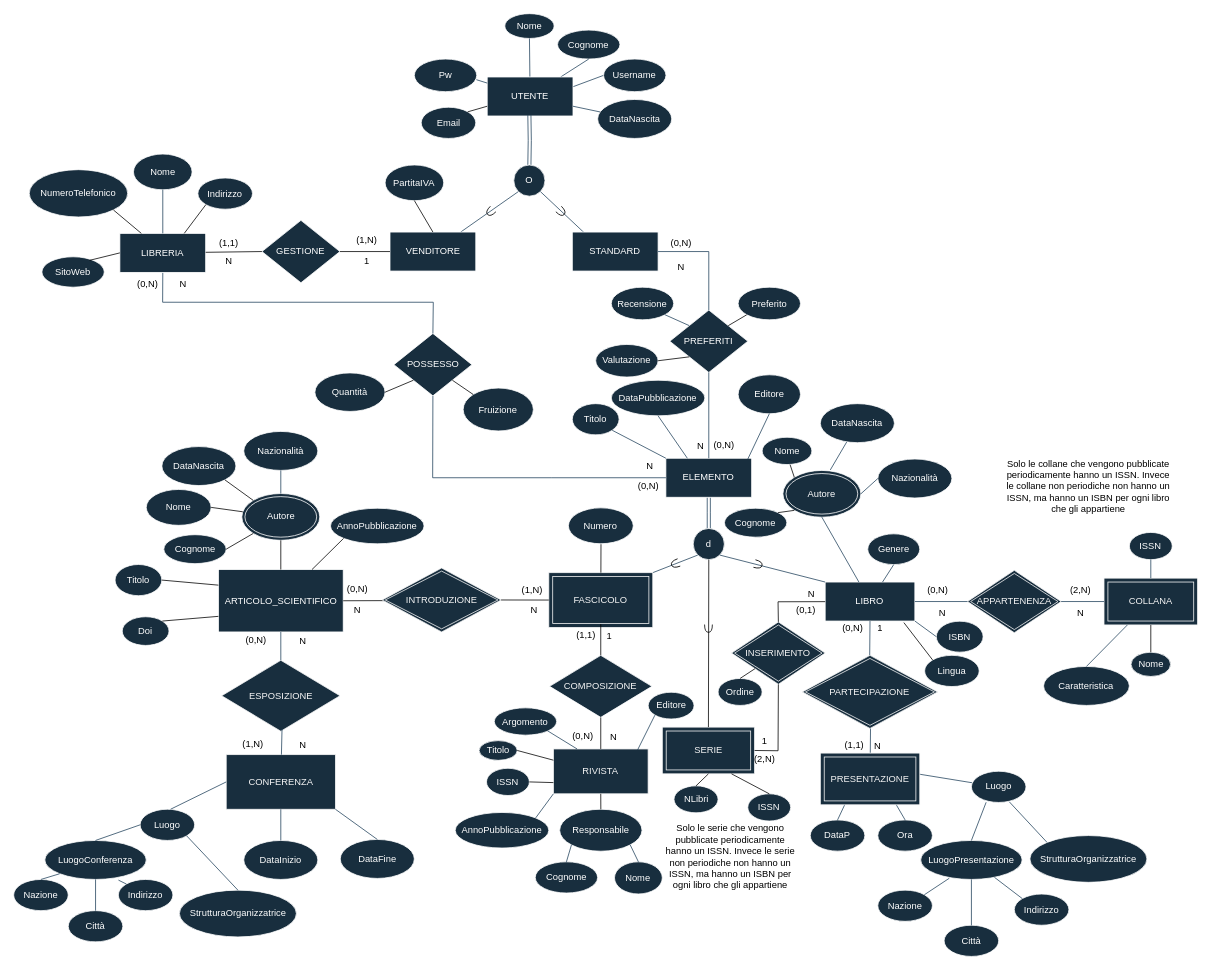
This is DiagrammaER v1.3.1.drawio from Giovk/Sistema-di-una-Bibleoteca-Digitale, a draw.io file, before an edit. Source tidied: cells renumbered, new cells numbered last; positions are measured from the earlier drawing's top-left corner, leaving out a move shared by most shapes. Both pictures are drawn from the tidied source at 78%, with x=0, y=0 at pixel (13, 13).
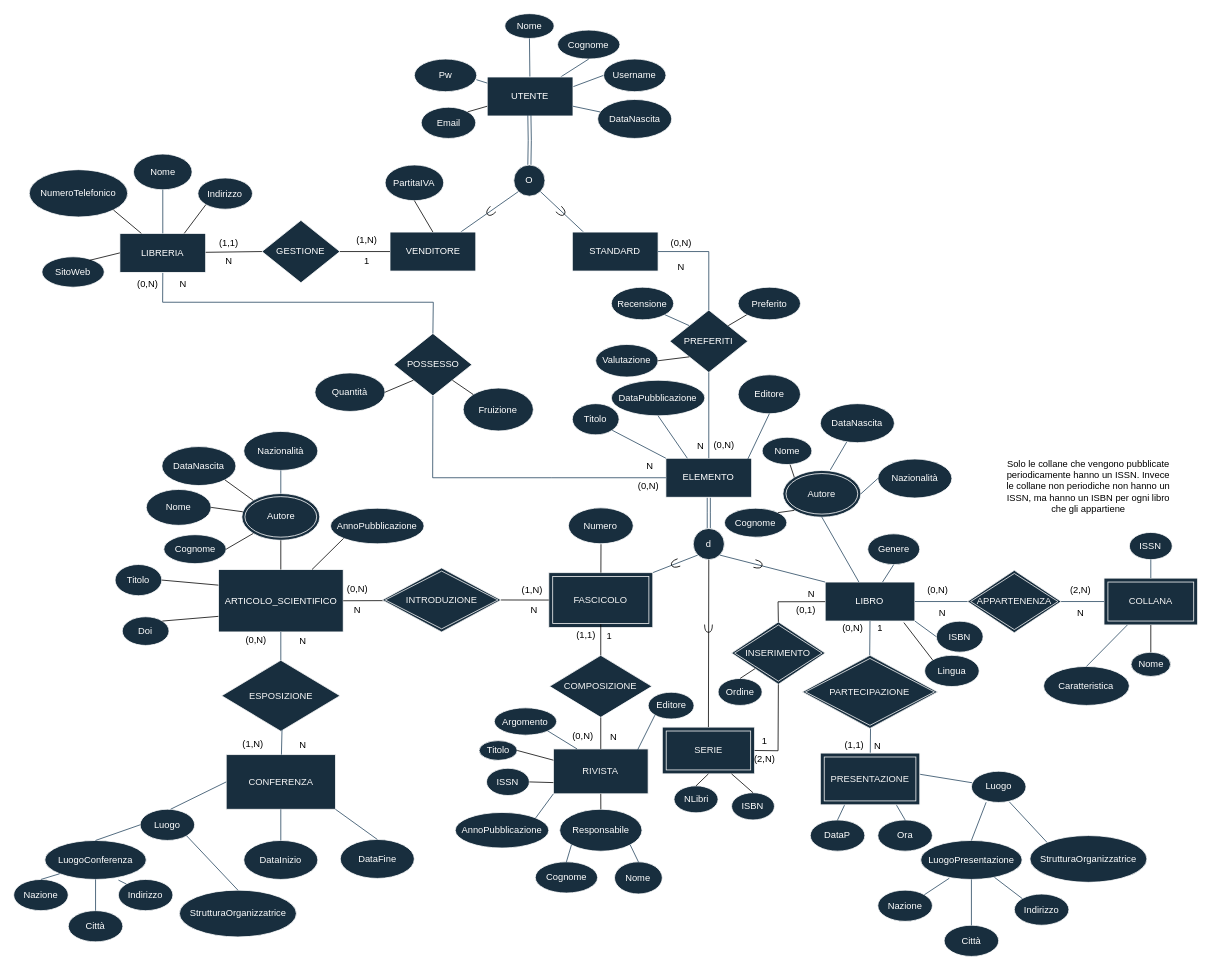
After the change.

What changed in the source:
```diff
@@
-    <mxCell id="176" value="Solo le serie che vengono pubblicate periodicamente hanno un ISSN. Invece le serie non periodiche non hanno un ISSN, ma hanno un ISBN per ogni libro che gli appartiene" style="text;html=1;strokeColor=none;fillColor=none;align=center;verticalAlign=middle;whiteSpace=wrap;rounded=0;" parent="1" vertex="1">
-      <mxGeometry x="831.6" y="1037.7" width="173.8" height="86" as="geometry" />
-    </mxCell>
-    <mxCell id="177" value="ISSN" style="ellipse;whiteSpace=wrap;html=1;fillColor=#182E3E;strokeColor=#FFFFFF;fontColor=#FFFFFF;" parent="1" vertex="1">
-      <mxGeometry x="941.2" y="1000.2" width="55" height="34.9" as="geometry" />
+    <mxCell id="177" value="ISBN" style="ellipse;whiteSpace=wrap;html=1;fillColor=#182E3E;strokeColor=#FFFFFF;fontColor=#FFFFFF;" parent="1" vertex="1">
+      <mxGeometry x="920.4" y="998.8" width="55" height="34.9" as="geometry" />
     </mxCell>
```
